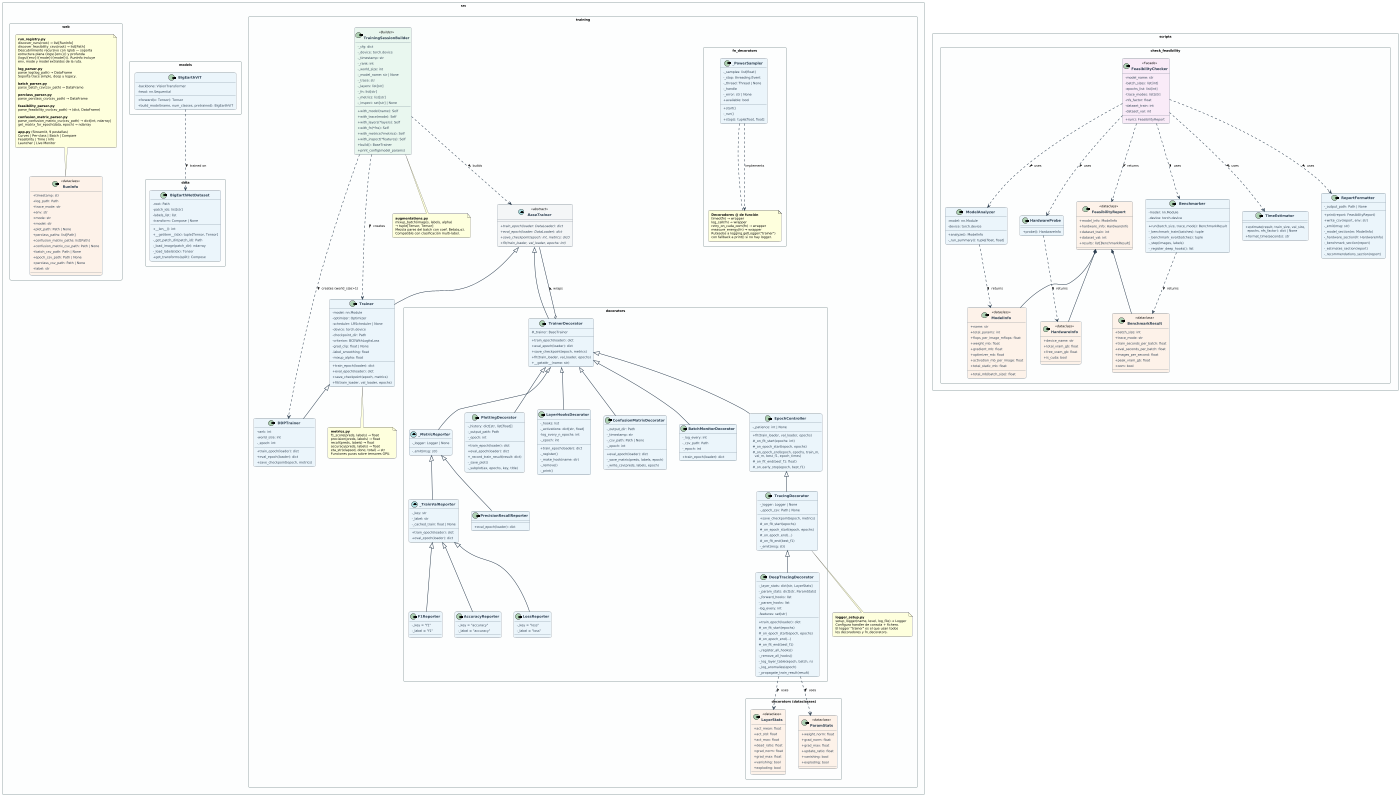
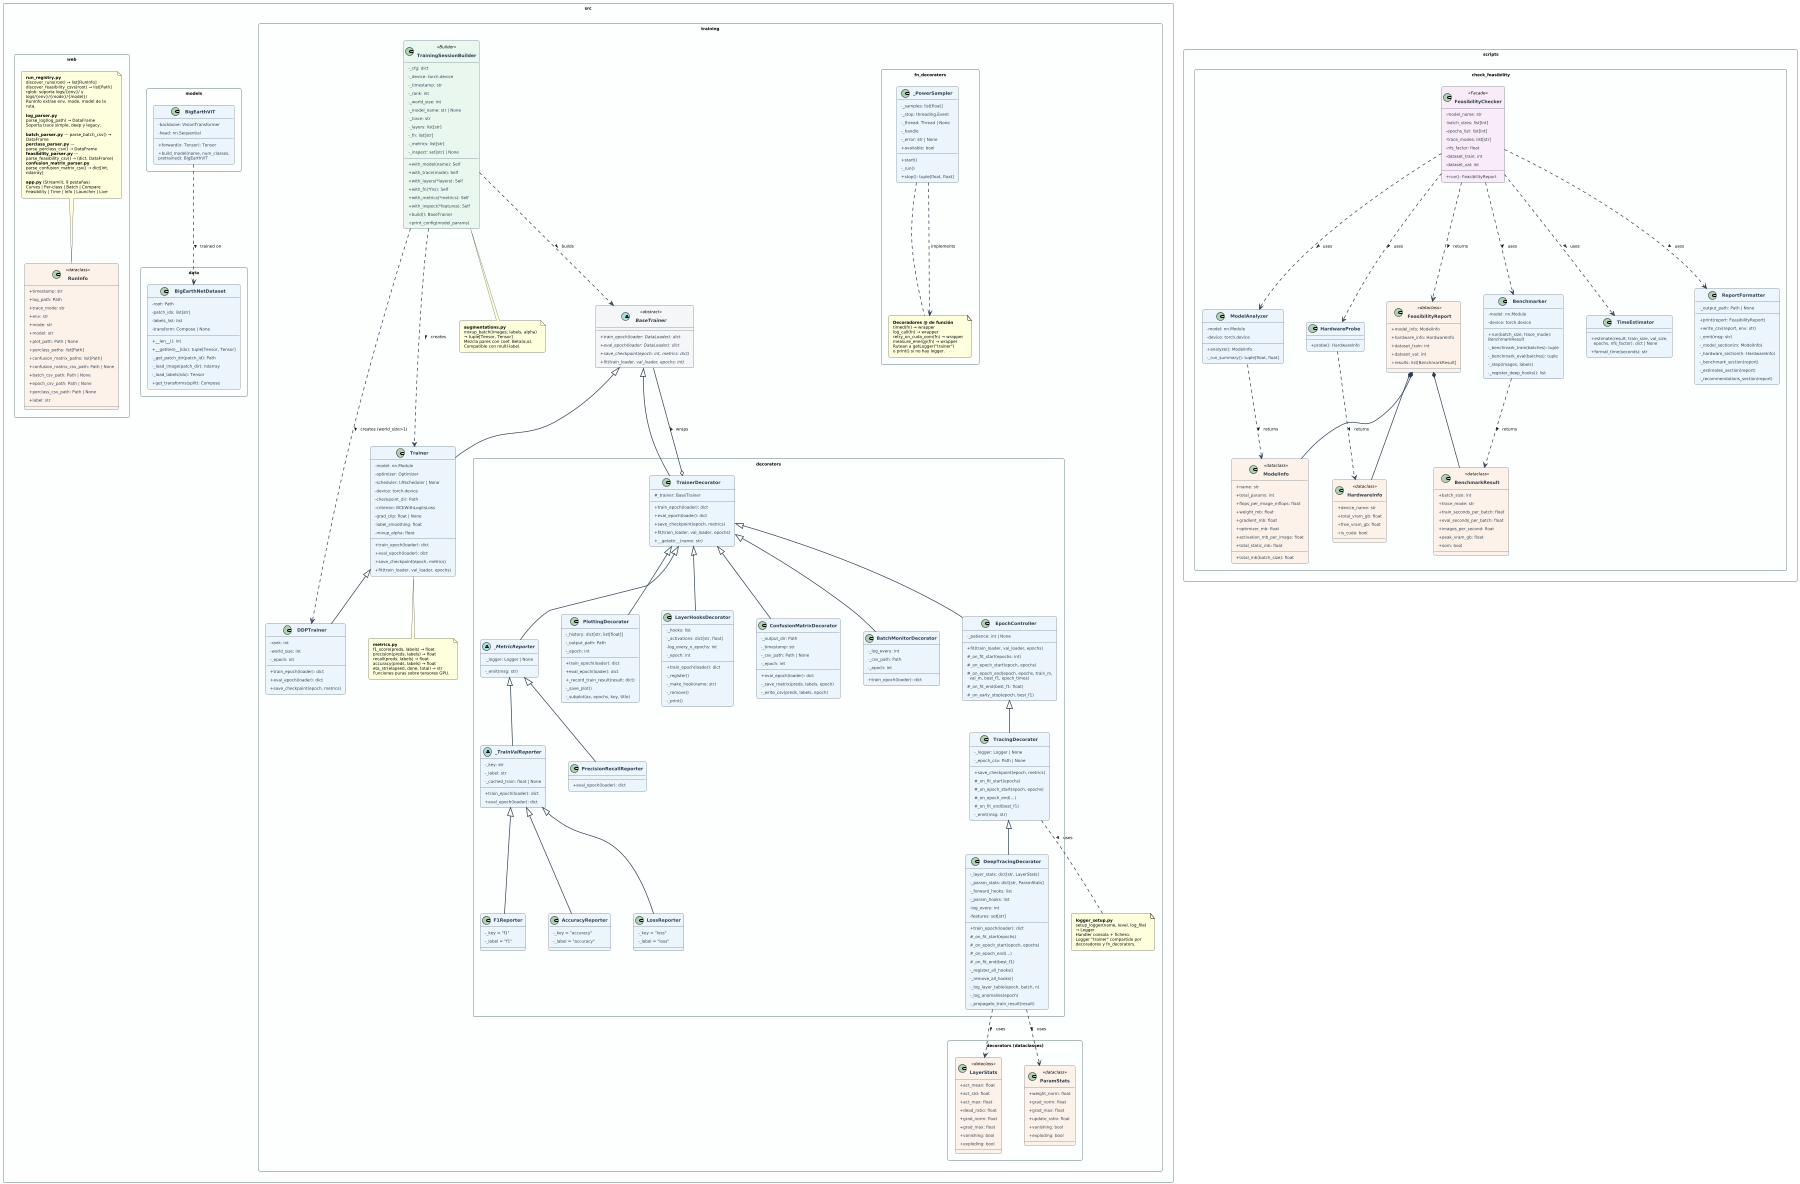
@startuml class_diagram
- scale 1400 width
+ scale 1800 width
skinparam monochrome false
skinparam classAttributeIconSize 0
skinparam defaultFontName "DejaVu Sans"
- skinparam defaultFontSize 10
+ skinparam defaultFontSize 9
skinparam classFontStyle bold
- skinparam classFontSize 11
+ skinparam classFontSize 10
skinparam classHeaderBackgroundColor #1A5276
skinparam classBorderColor #2C3E50
skinparam classBackgroundColor #EBF5FB
skinparam arrowColor #2C3E50
skinparam arrowThickness 1.5
skinparam roundCorner 8
- skinparam padding 3
- skinparam nodesep 40
- skinparam ranksep 50
+ skinparam padding 4
+ skinparam nodesep 50
+ skinparam ranksep 55
+ skinparam wrapWidth 200
skinparam packageStyle rectangle
skinparam packageBorderColor #95A5A6
skinparam packageBackgroundColor #FDFEFE

' ════════════════════════════════════════════════════════════════
' PACKAGE: src.training
' ════════════════════════════════════════════════════════════════
package "src.training" #FDFEFE {

  abstract class BaseTrainer <<abstract>> {
    {abstract} + train_epoch(loader: DataLoader): dict
    {abstract} + eval_epoch(loader: DataLoader): dict
    {abstract} + save_checkpoint(epoch: int, metrics: dict)
    {abstract} + fit(train_loader, val_loader, epochs: int)
  }

  class Trainer {
    - model: nn.Module
    - optimizer: Optimizer
    - scheduler: LRScheduler | None
    - device: torch.device
    - checkpoint_dir: Path
    - criterion: BCEWithLogitsLoss
    - grad_clip: float | None
    - label_smoothing: float
    - mixup_alpha: float
    + train_epoch(loader): dict
    + eval_epoch(loader): dict
    + save_checkpoint(epoch, metrics)
    + fit(train_loader, val_loader, epochs)
  }

  class DDPTrainer {
    - rank: int
    - world_size: int
    - _epoch: int
    + train_epoch(loader): dict
    + eval_epoch(loader): dict
    + save_checkpoint(epoch, metrics)
  }

  class TrainingSessionBuilder <<Builder>> {
    - _cfg: dict
    - _device: torch.device
    - _timestamp: str
    - _rank: int
    - _world_size: int
    - _model_name: str | None
    - _trace: str
    - _layers: list[str]
    - _fn: list[str]
    - _metrics: list[str]
    - _inspect: set[str] | None
    + with_model(name): Self
    + with_trace(mode): Self
    + with_layers(*layers): Self
    + with_fn(*fns): Self
    + with_metrics(*metrics): Self
    + with_inspect(*features): Self
    + build(): BaseTrainer
    + print_config(model_params)
  }

  note as aug_note
    **augmentations.py**
    mixup_batch(images, labels, alpha)
    → tuple[Tensor, Tensor]
-     Mezcla pares del batch con coef. Beta(α,α).
-     Compatible con clasificación multi-label.
+     Mezcla pares con coef. Beta(α,α).
+     Compatible con multi-label.
  end note

  note as metrics_note
    **metrics.py**
    f1_score(preds, labels) → float
    precision(preds, labels) → float
    recall(preds, labels) → float
    accuracy(preds, labels) → float
    eta_str(elapsed, done, total) → str
    Funciones puras sobre tensores GPU.
  end note

  note as logger_note
    **logger_setup.py**
-     setup_logger(name, level, log_file) → Logger
-     Configura handler de consola + fichero.
-     El logger "trainer" es el que usan todos
-     los decoradores y fn_decorators.
+     setup_logger(name, level, log_file)
+     → Logger
+     Handler consola + fichero.
+     Logger "trainer" compartido por
+     decoradores y fn_decorators.
  end note

}

' ════════════════════════════════════════════════════════════════
' PACKAGE: src.training.decorators
' ════════════════════════════════════════════════════════════════
package "src.training.decorators" #FDFEFE {

  ' ── Base decorator ─────────────────────────────────────────
  class TrainerDecorator {
    # _trainer: BaseTrainer
    + train_epoch(loader): dict
    + eval_epoch(loader): dict
    + save_checkpoint(epoch, metrics)
    + fit(train_loader, val_loader, epochs)
    + __getattr__(name: str)
  }

  ' ── Template Method controller ─────────────────────────────
  class EpochController {
    - _patience: int | None
    + fit(train_loader, val_loader, epochs)
    # _on_fit_start(epochs: int)
    # _on_epoch_start(epoch, epochs)
    # _on_epoch_end(epoch, epochs, train_m,\n  val_m, best_f1, epoch_times)
    # _on_fit_end(best_f1: float)
    # _on_early_stop(epoch, best_f1)
  }

  ' ── Controllers ────────────────────────────────────────────
  class TracingDecorator {
    - _logger: Logger | None
    - _epoch_csv: Path | None
    + save_checkpoint(epoch, metrics)
    # _on_fit_start(epochs)
    # _on_epoch_start(epoch, epochs)
    # _on_epoch_end(...)
    # _on_fit_end(best_f1)
    - _emit(msg: str)
  }

  class DeepTracingDecorator {
    - _layer_stats: dict[str, LayerStats]
    - _param_stats: dict[str, ParamStats]
    - _forward_hooks: list
    - _param_hooks: list
    - log_every: int
    - features: set[str]
    + train_epoch(loader): dict
    # _on_fit_start(epochs)
    # _on_epoch_start(epoch, epochs)
    # _on_epoch_end(...)
    # _on_fit_end(best_f1)
    - _register_all_hooks()
    - _remove_all_hooks()
    - _log_layer_table(epoch, batch, n)
    - _log_anomalies(epoch)
    - _propagate_train_result(result)
  }

  ' ── Aspect decorators ──────────────────────────────────────
  class PlottingDecorator {
    - _history: dict[str, list[float]]
    - _output_path: Path
    - _epoch: int
    + train_epoch(loader): dict
    + eval_epoch(loader): dict
    + _record_train_result(result: dict)
    - _save_plot()
    - _subplot(ax, epochs, key, title)
  }

  class LayerHooksDecorator {
    - _hooks: list
    - _activations: dict[str, float]
    - log_every_n_epochs: int
    - _epoch: int
    + train_epoch(loader): dict
    - _register()
    - _make_hook(name: str)
    - _remove()
    - _print()
  }

  class ConfusionMatrixDecorator {
    - _output_dir: Path
    - _timestamp: str
    - _csv_path: Path | None
    - _epoch: int
    + eval_epoch(loader): dict
    - _save_matrix(preds, labels, epoch)
    - _write_csv(preds, labels, epoch)
  }

  class BatchMonitorDecorator {
    - _log_every: int
    - _csv_path: Path
    - _epoch: int
    + train_epoch(loader): dict
  }

  ' ── Metric reporters ───────────────────────────────────────
  abstract class _MetricReporter {
    - _logger: Logger | None
    - _emit(msg: str)
  }

  abstract class _TrainValReporter {
    - _key: str
    - _label: str
    - _cached_train: float | None
    + train_epoch(loader): dict
    + eval_epoch(loader): dict
  }

  class LossReporter {
    - _key = "loss"
    - _label = "loss"
  }

  class F1Reporter {
    - _key = "f1"
    - _label = "f1"
  }

  class AccuracyReporter {
    - _key = "accuracy"
    - _label = "accuracy"
  }

  class PrecisionRecallReporter {
    + eval_epoch(loader): dict
  }

}

' ════════════════════════════════════════════════════════════════
' PACKAGE: src.training.decorators — dataclasses internas
' ════════════════════════════════════════════════════════════════
package "src.training.decorators (dataclasses)" #FDFEFE {

  class LayerStats <<dataclass>> {
    + act_mean: float
    + act_std: float
    + act_max: float
    + dead_ratio: float
    + grad_norm: float
    + grad_max: float
    + vanishing: bool
    + exploding: bool
  }

  class ParamStats <<dataclass>> {
    + weight_norm: float
    + grad_norm: float
    + grad_max: float
    + update_ratio: float
    + vanishing: bool
    + exploding: bool
  }

}

' ════════════════════════════════════════════════════════════════
' PACKAGE: src.training (fn_decorators)
' ════════════════════════════════════════════════════════════════
package "src.training.fn_decorators" #FDFEFE {

  class _PowerSampler {
    - _samples: list[float]
    - _stop: threading.Event
    - _thread: Thread | None
    - _handle
    - _error: str | None
    + available: bool
    + start()
    - _run()
    + stop(): tuple[float, float]
  }

  note as fn_note
    **Decoradores @ de función**
    timed(fn) → wrapper
    log_call(fn) → wrapper
    retry_on_cuda_oom(fn) → wrapper
    measure_energy(fn) → wrapper
-     Ruteados a logging.getLogger("trainer")
-     con fallback a print() si no hay logger.
+     Rutean a getLogger("trainer")
+     o print() si no hay logger.
  end note

  _PowerSampler .. fn_note

}

' ════════════════════════════════════════════════════════════════
' PACKAGE: src.models
' ════════════════════════════════════════════════════════════════
package "src.models" #FDFEFE {

  class BigEarthViT {
    - backbone: VisionTransformer
    - head: nn.Sequential
    + forward(x: Tensor): Tensor
    + build_model(name, num_classes, pretrained): BigEarthViT
  }

}

' ════════════════════════════════════════════════════════════════
' PACKAGE: src.data
' ════════════════════════════════════════════════════════════════
package "src.data" #FDFEFE {

  class BigEarthNetDataset {
    - root: Path
    - patch_ids: list[str]
    - labels_list: list
    - transform: Compose | None
    + __len__(): int
    + __getitem__(idx): tuple[Tensor, Tensor]
    - _get_patch_dir(patch_id): Path
    - _load_image(patch_dir): ndarray
    - _load_labels(idx): Tensor
    + get_transforms(split): Compose
  }

}

' ════════════════════════════════════════════════════════════════
' PACKAGE: scripts.check_feasibility
' ════════════════════════════════════════════════════════════════
package "scripts.check_feasibility" #FDFEFE {

  class ModelInfo <<dataclass>> {
    + name: str
    + total_params: int
    + flops_per_image_mflops: float
    + weight_mb: float
    + gradient_mb: float
    + optimizer_mb: float
    + activation_mb_per_image: float
    + total_static_mb: float
    + total_mb(batch_size): float
  }

  class HardwareInfo <<dataclass>> {
    + device_name: str
    + total_vram_gb: float
    + free_vram_gb: float
    + is_cuda: bool
  }

  class BenchmarkResult <<dataclass>> {
    + batch_size: int
    + trace_mode: str
    + train_seconds_per_batch: float
    + eval_seconds_per_batch: float
    + images_per_second: float
    + peak_vram_gb: float
    + oom: bool
  }

  class FeasibilityReport <<dataclass>> {
    + model_info: ModelInfo
    + hardware_info: HardwareInfo
    + dataset_train: int
    + dataset_val: int
    + results: list[BenchmarkResult]
  }

  class ModelAnalyzer {
    - model: nn.Module
    - device: torch.device
    + analyze(): ModelInfo
    - _run_summary(): tuple[float, float]
  }

  class HardwareProbe {
    + probe(): HardwareInfo
  }

  class Benchmarker {
    - model: nn.Module
    - device: torch.device
    + run(batch_size, trace_mode): BenchmarkResult
    - _benchmark_train(batches): tuple
    - _benchmark_eval(batches): tuple
    - _step(images, labels)
    - _register_deep_hooks(): list
  }

  class TimeEstimator {
    + estimate(result, train_size, val_size,\n  epochs, nfs_factor): dict | None
    + format_time(seconds): str
  }

  class ReportFormatter {
    - _output_path: Path | None
    + print(report: FeasibilityReport)
    + write_csv(report, env: str)
    - _emit(msg: str)
    - _model_section(m: ModelInfo)
    - _hardware_section(h: HardwareInfo)
    - _benchmark_section(report)
    - _estimates_section(report)
    - _recommendations_section(report)
  }

  class FeasibilityChecker <<Facade>> {
    - model_name: str
    - batch_sizes: list[int]
    - epochs_list: list[int]
    - trace_modes: list[str]
    - nfs_factor: float
    - dataset_train: int
    - dataset_val: int
    + run(): FeasibilityReport
  }

}

' ════════════════════════════════════════════════════════════════
' PACKAGE: src.web
' ════════════════════════════════════════════════════════════════
package "src.web" #FDFEFE {

  class RunInfo <<dataclass>> {
    + timestamp: str
    + log_path: Path
    + trace_mode: str
    + env: str
    + mode: str
    + model: str
    + plot_path: Path | None
    + perclass_paths: list[Path]
    + confusion_matrix_paths: list[Path]
    + confusion_matrix_csv_path: Path | None
    + batch_csv_path: Path | None
    + epoch_csv_path: Path | None
    + perclass_csv_path: Path | None
    + label: str
  }

  note as web_note
    **run_registry.py**
    discover_runs(root) → list[RunInfo]
    discover_feasibility_csvs(root) → list[Path]
-     Descubrimiento recursivo con rglob — soporta
-     estructura plana (logs/{env}/) y profunda
-     (logs/{env}/{mode}/{model}/). RunInfo incluye
-     env, mode y model extraídos de la ruta.
+     rglob: soporta logs/{env}/ y logs/{env}/{mode}/{model}/
+     RunInfo extrae env, mode, model de la ruta.

    **log_parser.py**
    parse_log(log_path) → DataFrame
    Soporta trace simple, deep y legacy.

-     **batch_parser.py**
-     parse_batch_csv(csv_path) → DataFrame
- 
-     **perclass_parser.py**
-     parse_perclass_csv(csv_path) → DataFrame
- 
-     **feasibility_parser.py**
-     parse_feasibility_csv(csv_path) → (dict, DataFrame)
- 
+     **batch_parser.py** — parse_batch_csv() → DataFrame
+     **perclass_parser.py** — parse_perclass_csv() → DataFrame
+     **feasibility_parser.py** — parse_feasibility_csv() → (dict, DataFrame)
    **confusion_matrix_parser.py**
-     parse_confusion_matrix_csv(csv_path) → dict[int, ndarray]
-     get_matrix_for_epoch(data, epoch) → ndarray
+     parse_confusion_matrix_csv() → dict[int, ndarray]

    **app.py** (Streamlit, 9 pestañas)
    Curves | Per-class | Batch | Compare
-     Feasibility | Time | Info
-     Launcher | Live Monitor
+     Feasibility | Time | Info | Launcher | Live
  end note

}

' ════════════════════════════════════════════════════════════════
' RELACIONES DE HERENCIA
' ════════════════════════════════════════════════════════════════

BaseTrainer <|-- Trainer
Trainer <|-- DDPTrainer
BaseTrainer <|-- TrainerDecorator

TrainerDecorator <|-- EpochController
TrainerDecorator <|-- PlottingDecorator
TrainerDecorator <|-- LayerHooksDecorator
TrainerDecorator <|-- ConfusionMatrixDecorator
TrainerDecorator <|-- BatchMonitorDecorator
TrainerDecorator <|-- _MetricReporter

EpochController <|-- TracingDecorator
TracingDecorator <|-- DeepTracingDecorator

_MetricReporter <|-- _TrainValReporter
_MetricReporter <|-- PrecisionRecallReporter

_TrainValReporter <|-- LossReporter
_TrainValReporter <|-- F1Reporter
_TrainValReporter <|-- AccuracyReporter

' ════════════════════════════════════════════════════════════════
' RELACIONES DE COMPOSICIÓN / DEPENDENCIA
' ════════════════════════════════════════════════════════════════

TrainerDecorator o-- BaseTrainer : wraps >

TrainingSessionBuilder ..> BaseTrainer : builds >
TrainingSessionBuilder ..> Trainer : creates >
TrainingSessionBuilder ..> DDPTrainer : creates (world_size>1) >
TrainingSessionBuilder ..> aug_note : uses >

DeepTracingDecorator ..> LayerStats : uses >
DeepTracingDecorator ..> ParamStats : uses >

_PowerSampler ..> fn_note : implements

FeasibilityChecker ..> ModelAnalyzer : uses >
FeasibilityChecker ..> HardwareProbe : uses >
FeasibilityChecker ..> Benchmarker : uses >
FeasibilityChecker ..> TimeEstimator : uses >
FeasibilityChecker ..> ReportFormatter : uses >

ModelAnalyzer ..> ModelInfo : returns >
HardwareProbe ..> HardwareInfo : returns >
Benchmarker ..> BenchmarkResult : returns >
FeasibilityChecker ..> FeasibilityReport : returns >

FeasibilityReport *-- ModelInfo
FeasibilityReport *-- HardwareInfo
FeasibilityReport *-- BenchmarkResult

BigEarthViT ..> BigEarthNetDataset : trained on >

Trainer ..> metrics_note : uses >
TracingDecorator ..> logger_note : uses >
web_note ..> RunInfo : creates >

' ════════════════════════════════════════════════════════════════
' ESTILOS POR TIPO
' ════════════════════════════════════════════════════════════════

skinparam class {
  HeaderBackgroundColor #1A5276
  BackgroundColor #EBF5FB
  BorderColor #2C3E50
  FontColor #FFFFFF
  AttributeFontColor #2C3E50
}

skinparam class<<abstract>> {
  HeaderBackgroundColor #1B2631
  BackgroundColor #F4F6F7
}

skinparam class<<dataclass>> {
  HeaderBackgroundColor #6E2F04
  BackgroundColor #FDF2E9
}

skinparam class<<Facade>> {
  HeaderBackgroundColor #512E5F
  BackgroundColor #F9EBF8
}

skinparam class<<Builder>> {
  HeaderBackgroundColor #145A32
  BackgroundColor #E9F7EF
}

' Colores por clase (override manual)
skinparam class {
  BackgroundColor<<TrainerDecorator>> #F5EEF8
  HeaderBackgroundColor<<TrainerDecorator>> #4A235A
}

@enduml
